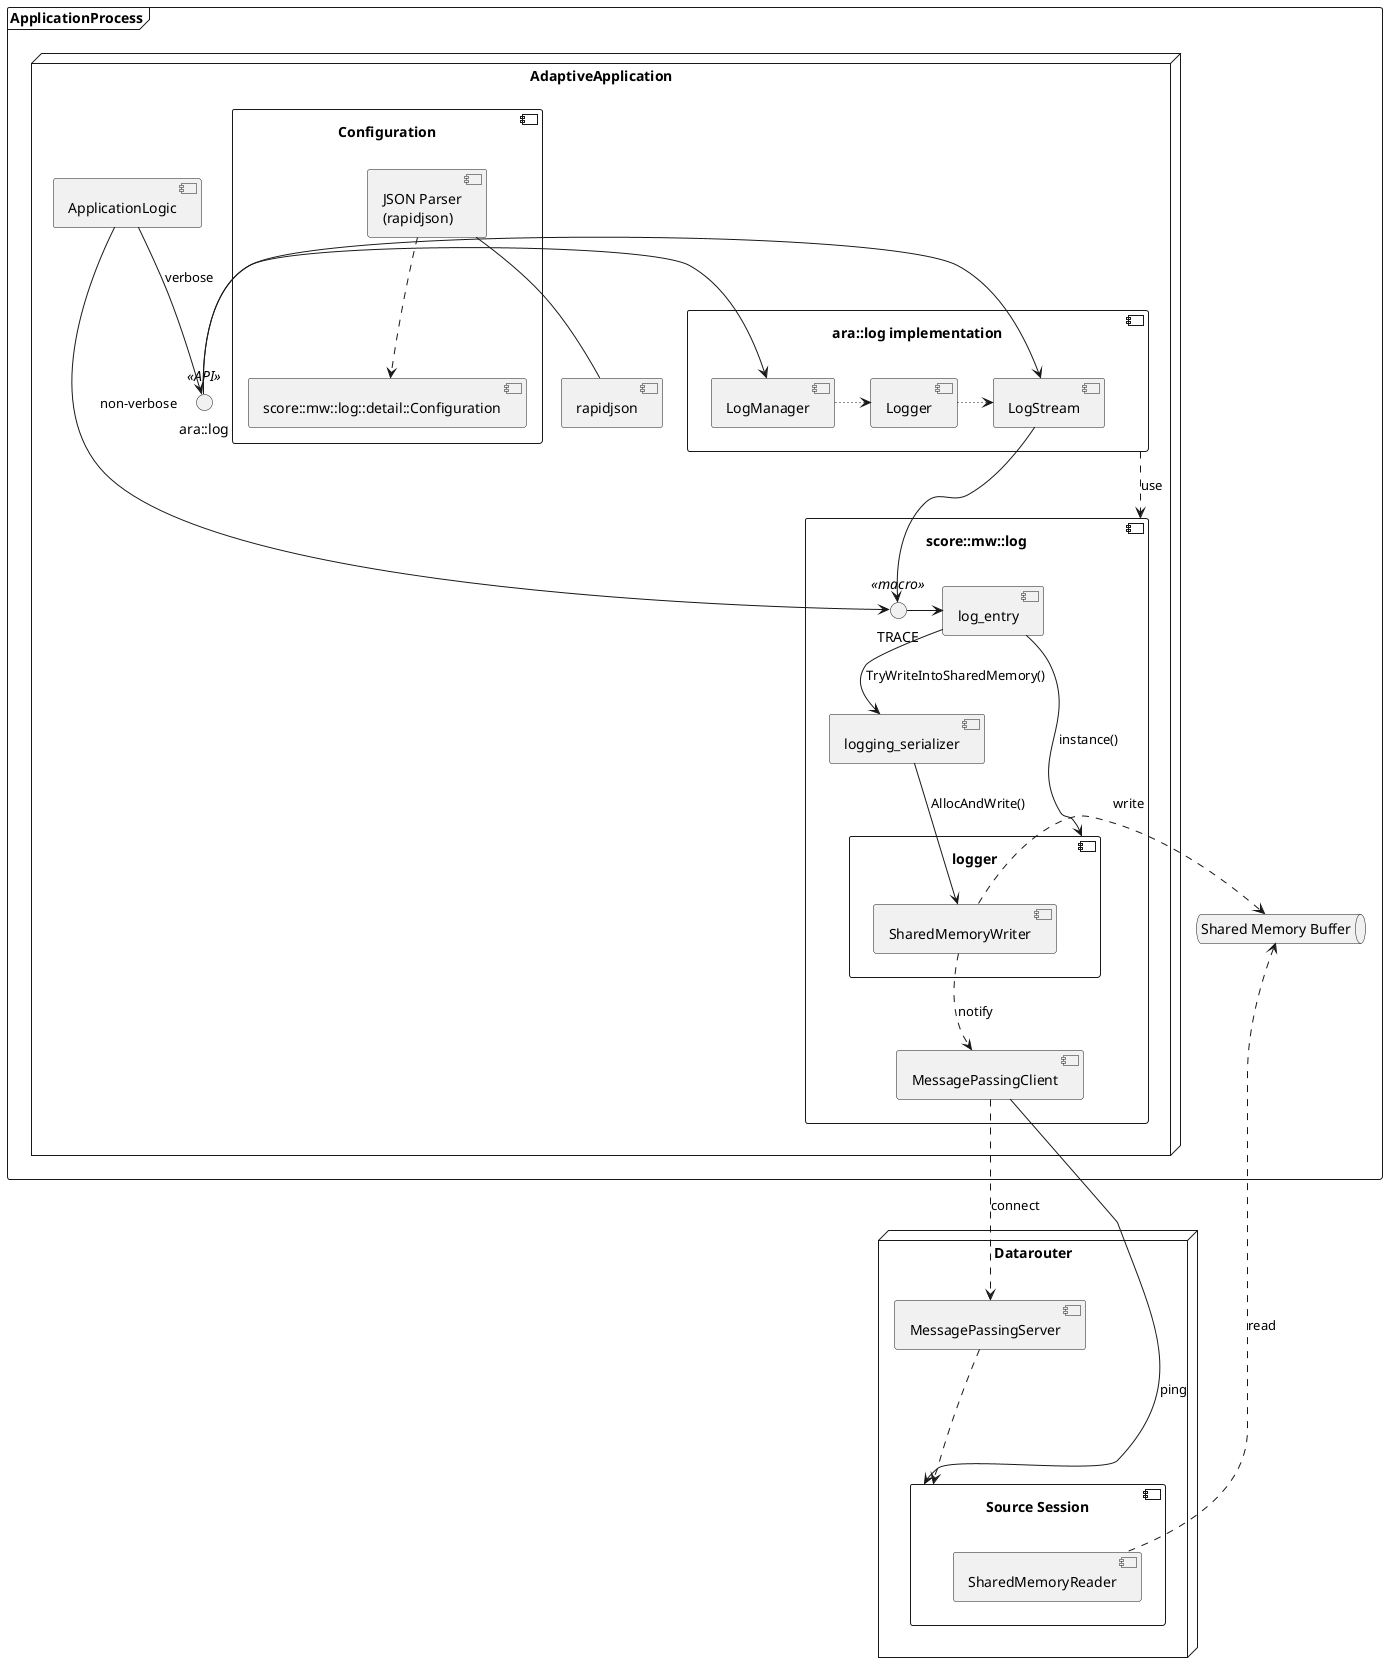
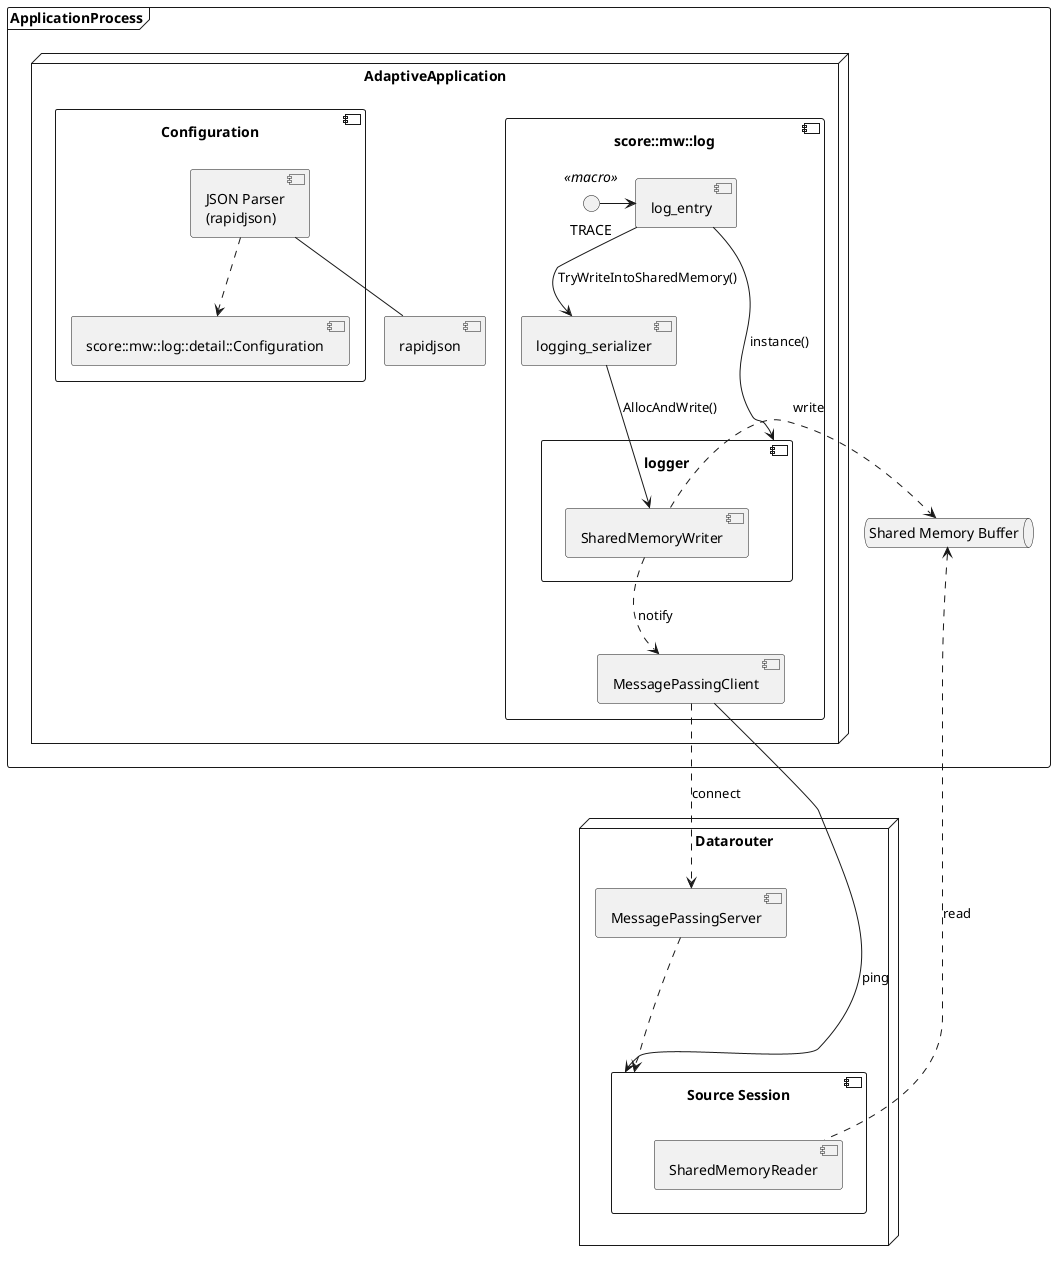
@startuml

frame ApplicationProcess {
  node AdaptiveApplication {
-     component ApplicationLogic
-     interface "ara::log" <<API>> as aralog
-     component "ara::log implementation" as a1 {
-       component LogManager
-       component Logger
-       component LogStream
-     }
    component "score::mw::log" {
      component log_entry
      component "logging_serializer" as serializer
      component logger {
        component SharedMemoryWriter
      }

      component MessagePassingClient
      SharedMemoryWriter ..> MessagePassingClient : notify

      interface TRACE <<macro>>

      TRACE -> log_entry
      log_entry --> serializer : TryWriteIntoSharedMemory()
      serializer --> SharedMemoryWriter : AllocAndWrite()
      log_entry --> logger : instance()

    }

    component "Configuration" {
      component "score::mw::log::detail::Configuration" as LogConfig
      component "JSON Parser\n(rapidjson)" as ConfigReader
    }

    component rapidjson
    ConfigReader ..> LogConfig
    ConfigReader -- rapidjson
- 
-     aralog -> LogManager
- 
-     LogManager ~> Logger
-     Logger ~> LogStream
- 
-     aralog -> LogStream
- 
-     LogStream -> TRACE
-     ApplicationLogic --> aralog : verbose
-     ApplicationLogic --> TRACE : non-verbose
-     a1 ..> "score::mw::log" : use
  }

  queue "Shared Memory Buffer" as RB
}

node "Datarouter"{
  component MessagePassingServer
  component "Source Session" as session {
    component SharedMemoryReader
  }

  MessagePassingServer ...> session
}

MessagePassingClient ..> MessagePassingServer: connect
MessagePassingClient -> session: ping

SharedMemoryWriter .> RB : write
RB <. SharedMemoryReader : read

@enduml
